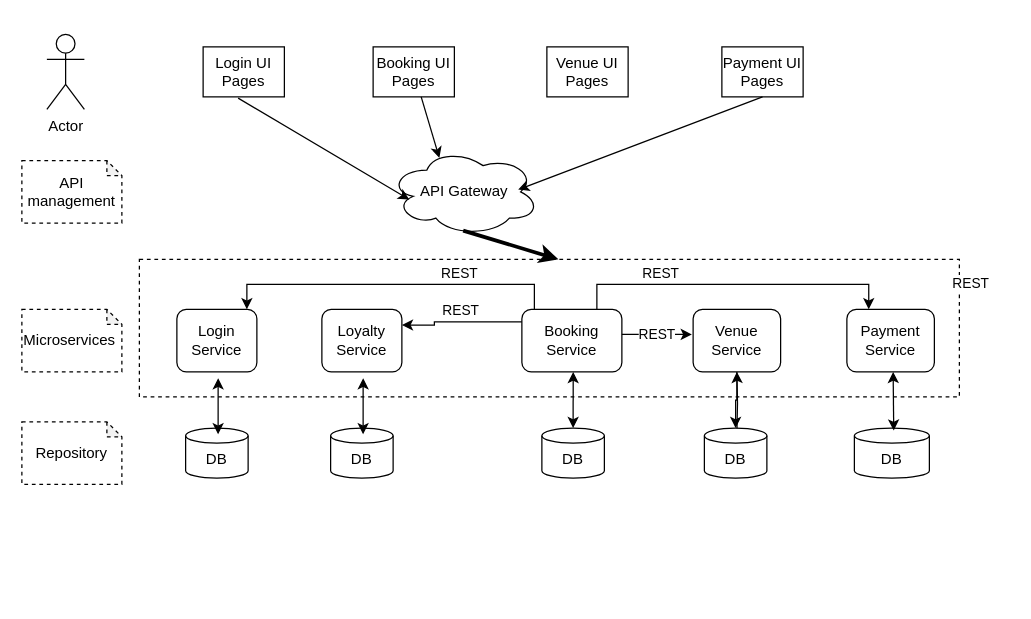
Above: HL-Archit-Diagram.drawio in gyzzhao/microservices-Job-1 (draw.io), before the change. Source tidied: cells renumbered, new cells numbered last; positions are measured from the earlier drawing's top-left corner, leaving out a move shared by most shapes. Both pictures are drawn from the tidied source at 125%, with x=0, y=0 at pixel (21, 34).
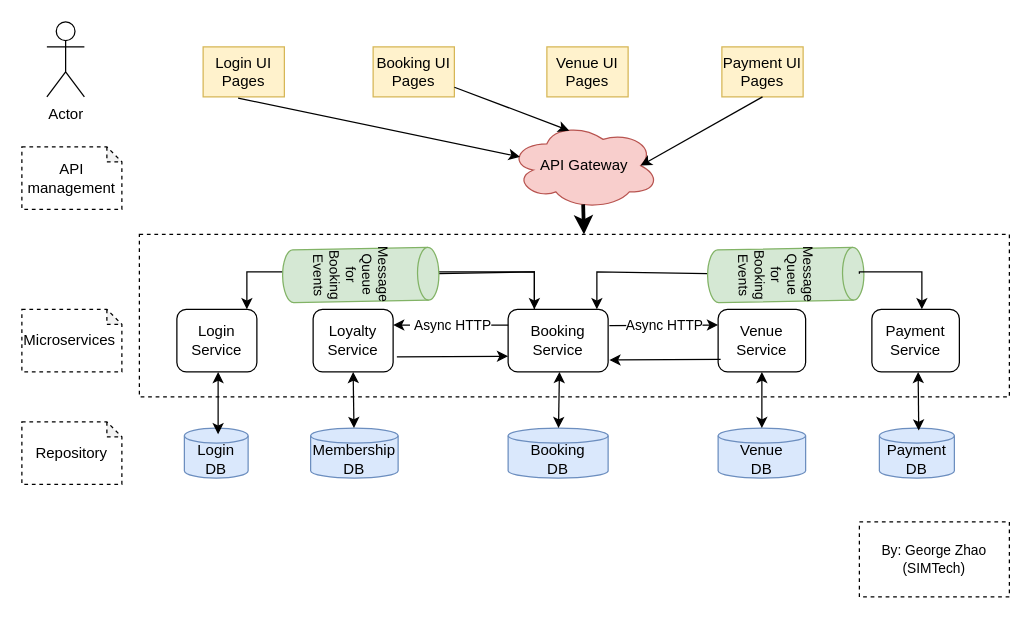
After the change.

The change refers to these unchanged cells:
```xml
<mxCell id="4" value="Login Service" style="rounded=1;whiteSpace=wrap;html=1;" parent="1" vertex="1">
  <mxGeometry x="124" y="220" width="64" height="50" as="geometry" />
</mxCell>
```

What changed in the source:
```diff
@@
     <mxCell id="2" style="rounded=0;whiteSpace=wrap;html=1;dashed=1;" parent="1" vertex="1">
-      <mxGeometry x="94" y="180" width="656" height="110" as="geometry" />
+      <mxGeometry x="94" y="160" width="696" height="130" as="geometry" />
     </mxCell>
-    <mxCell id="3" value="Login UI Pages" style="rounded=0;whiteSpace=wrap;html=1;flipH=1;" parent="1" vertex="1">
+    <mxCell id="3" value="Login UI Pages" style="rounded=0;whiteSpace=wrap;html=1;flipH=1;fillColor=#fff2cc;strokeColor=#d6b656;" parent="1" vertex="1">
       <mxGeometry x="145" y="10" width="65" height="40" as="geometry" />
     </mxCell>
@@
     <mxCell id="5" style="edgeStyle=orthogonalEdgeStyle;rounded=0;jettySize=auto;html=1;exitX=0;exitY=0.25;exitDx=0;exitDy=0;entryX=0.875;entryY=0;entryDx=0;entryDy=0;entryPerimeter=0;strokeWidth=1;" parent="1" edge="1" source="7" target="4">
       <mxGeometry relative="1" as="geometry">
         <Array as="points">
           <mxPoint x="410" y="233" />
-          <mxPoint x="410" y="200" />
-          <mxPoint x="180" y="200" />
+          <mxPoint x="410" y="190" />
+          <mxPoint x="180" y="190" />
         </Array>
       </mxGeometry>
     </mxCell>
-    <mxCell id="6" value="REST" style="edgeLabel;html=1;align=center;verticalAlign=middle;" parent="5" vertex="1">
-      <mxGeometry x="0.53" y="2" relative="1" as="geometry">
-        <mxPoint x="121" y="-12" as="offset" />
-      </mxGeometry>
-    </mxCell>
     <mxCell id="7" value="Booking Service" style="rounded=1;whiteSpace=wrap;html=1;" parent="1" vertex="1">
-      <mxGeometry x="400" y="220" width="80" height="50" as="geometry" />
+      <mxGeometry x="389" y="220" width="80" height="50" as="geometry" />
     </mxCell>
-    <mxCell id="8" style="edgeStyle=orthogonalEdgeStyle;rounded=0;jettySize=auto;html=1;" parent="1" edge="1" source="9" target="16">
-      <mxGeometry relative="1" as="geometry" />
-    </mxCell>
     <mxCell id="9" value="Venue Service" style="rounded=1;whiteSpace=wrap;html=1;" parent="1" vertex="1">
-      <mxGeometry x="537" y="220" width="70" height="50" as="geometry" />
+      <mxGeometry x="557" y="220" width="70" height="50" as="geometry" />
     </mxCell>
     <mxCell id="10" value="Payment Service" style="rounded=1;whiteSpace=wrap;html=1;" parent="1" vertex="1">
-      <mxGeometry x="660" y="220" width="70" height="50" as="geometry" />
+      <mxGeometry x="680" y="220" width="70" height="50" as="geometry" />
     </mxCell>
     <mxCell id="11" value="Actor" style="shape=umlActor;verticalLabelPosition=bottom;verticalAlign=top;html=1;" parent="1" vertex="1">
-      <mxGeometry x="20" width="30" height="60" as="geometry" />
+      <mxGeometry x="20" y="-10" width="30" height="60" as="geometry" />
     </mxCell>
-    <mxCell id="12" value="DB" style="shape=cylinder3;whiteSpace=wrap;html=1;boundedLbl=1;backgroundOutline=1;size=6;fontStyle=0;" parent="1" vertex="1">
-      <mxGeometry x="131" y="315" width="50" height="40" as="geometry" />
+    <mxCell id="12" value="Login DB" style="shape=cylinder3;whiteSpace=wrap;html=1;boundedLbl=1;backgroundOutline=1;size=6;fontStyle=0;fillColor=#dae8fc;strokeColor=#6c8ebf;" parent="1" vertex="1">
+      <mxGeometry x="130" y="315" width="51" height="40" as="geometry" />
     </mxCell>
-    <mxCell id="13" value="DB" style="shape=cylinder3;whiteSpace=wrap;html=1;boundedLbl=1;backgroundOutline=1;size=6;" parent="1" vertex="1">
-      <mxGeometry x="416" y="315" width="50" height="40" as="geometry" />
+    <mxCell id="13" value="Booking &lt;br&gt;DB" style="shape=cylinder3;whiteSpace=wrap;html=1;boundedLbl=1;backgroundOutline=1;size=6;fillColor=#dae8fc;strokeColor=#6c8ebf;" parent="1" vertex="1">
+      <mxGeometry x="389" y="315" width="80" height="40" as="geometry" />
     </mxCell>
@@
-    <mxCell id="15" style="edgeStyle=orthogonalEdgeStyle;rounded=0;jettySize=auto;html=1;" parent="1" edge="1" target="9">
-      <mxGeometry relative="1" as="geometry">
-        <mxPoint x="572" y="320" as="sourcePoint" />
-      </mxGeometry>
-    </mxCell>
-    <mxCell id="16" value="DB" style="shape=cylinder3;whiteSpace=wrap;html=1;boundedLbl=1;backgroundOutline=1;size=6;" parent="1" vertex="1">
-      <mxGeometry x="546" y="315" width="50" height="40" as="geometry" />
+    <mxCell id="16" value="Venue &lt;br&gt;DB" style="shape=cylinder3;whiteSpace=wrap;html=1;boundedLbl=1;backgroundOutline=1;size=6;fillColor=#dae8fc;strokeColor=#6c8ebf;" parent="1" vertex="1">
+      <mxGeometry x="557" y="315" width="70" height="40" as="geometry" />
     </mxCell>
-    <mxCell id="17" value="DB" style="shape=cylinder3;whiteSpace=wrap;html=1;boundedLbl=1;backgroundOutline=1;size=6;" parent="1" vertex="1">
-      <mxGeometry x="666" y="315" width="60" height="40" as="geometry" />
+    <mxCell id="17" value="Payment DB" style="shape=cylinder3;whiteSpace=wrap;html=1;boundedLbl=1;backgroundOutline=1;size=6;fillColor=#dae8fc;strokeColor=#6c8ebf;" parent="1" vertex="1">
+      <mxGeometry x="686" y="315" width="60" height="40" as="geometry" />
     </mxCell>
@@
-    <mxCell id="20" value="Venue UI Pages" style="rounded=0;whiteSpace=wrap;html=1;flipH=1;" parent="1" vertex="1">
+    <mxCell id="20" value="Venue UI Pages" style="rounded=0;whiteSpace=wrap;html=1;flipH=1;fillColor=#fff2cc;strokeColor=#d6b656;" parent="1" vertex="1">
       <mxGeometry x="420" y="10" width="65" height="40" as="geometry" />
     </mxCell>
-    <mxCell id="21" value="Booking UI Pages" style="rounded=0;whiteSpace=wrap;html=1;flipH=1;" parent="1" vertex="1">
+    <mxCell id="21" value="Booking UI Pages" style="rounded=0;whiteSpace=wrap;html=1;flipH=1;fillColor=#fff2cc;strokeColor=#d6b656;" parent="1" vertex="1">
       <mxGeometry x="281" y="10" width="65" height="40" as="geometry" />
     </mxCell>
-    <mxCell id="22" value="Payment UI Pages" style="rounded=0;whiteSpace=wrap;html=1;flipH=1;" parent="1" vertex="1">
+    <mxCell id="22" value="Payment UI Pages" style="rounded=0;whiteSpace=wrap;html=1;flipH=1;fillColor=#fff2cc;strokeColor=#d6b656;" parent="1" vertex="1">
       <mxGeometry x="560" y="10" width="65" height="40" as="geometry" />
     </mxCell>
-    <mxCell id="23" style="endArrow=classic;startArrow=classic;html=1;rounded=0;entryX=0.516;entryY=1.1;entryDx=0;entryDy=0;entryPerimeter=0;" parent="1" edge="1" target="4">
+    <mxCell id="23" style="endArrow=classic;startArrow=classic;html=1;rounded=0;" parent="1" edge="1">
       <mxGeometry relative="1" as="geometry">
         <mxPoint x="157" y="320" as="sourcePoint" />
+        <mxPoint x="157" y="270" as="targetPoint" />
       </mxGeometry>
     </mxCell>
     <mxCell id="24" style="endArrow=classic;startArrow=classic;html=1;rounded=0;entryX=0.525;entryY=0.05;entryDx=0;entryDy=0;entryPerimeter=0;" parent="1" edge="1" target="17">
       <mxGeometry relative="1" as="geometry">
-        <mxPoint x="697" y="270" as="sourcePoint" />
+        <mxPoint x="717" y="270" as="sourcePoint" />
       </mxGeometry>
     </mxCell>
-    <mxCell id="25" value="API Gateway" style="ellipse;shape=cloud;whiteSpace=wrap;html=1;" parent="1" vertex="1">
-      <mxGeometry x="294" y="91" width="120" height="70" as="geometry" />
+    <mxCell id="25" value="API Gateway" style="ellipse;shape=cloud;whiteSpace=wrap;html=1;fillColor=#f8cecc;strokeColor=#b85450;" parent="1" vertex="1">
+      <mxGeometry x="390" y="70" width="120" height="70" as="geometry" />
     </mxCell>
-    <mxCell id="26" style="endArrow=classic;html=1;rounded=0;exitX=0.569;exitY=1.025;exitDx=0;exitDy=0;exitPerimeter=0;entryX=0.158;entryY=0.588;entryDx=0;entryDy=0;entryPerimeter=0;" parent="1" edge="1" source="3">
-      <mxGeometry relative="1" as="geometry">
-        <mxPoint x="310" y="132.2" as="targetPoint" />
-      </mxGeometry>
+    <mxCell id="26" style="endArrow=classic;html=1;rounded=0;exitX=0.569;exitY=1.025;exitDx=0;exitDy=0;exitPerimeter=0;entryX=0.07;entryY=0.4;entryDx=0;entryDy=0;entryPerimeter=0;" parent="1" edge="1" source="3" target="25">
+      <mxGeometry relative="1" as="geometry" />
     </mxCell>
-    <mxCell id="27" style="endArrow=classic;html=1;rounded=0;entryX=0.358;entryY=0.113;entryDx=0;entryDy=0;entryPerimeter=0;" parent="1" edge="1" source="21">
-      <mxGeometry relative="1" as="geometry">
-        <mxPoint x="334" y="98.9" as="targetPoint" />
-      </mxGeometry>
+    <mxCell id="27" style="endArrow=classic;html=1;rounded=0;entryX=0.4;entryY=0.1;entryDx=0;entryDy=0;entryPerimeter=0;" parent="1" edge="1" source="21" target="25">
+      <mxGeometry relative="1" as="geometry" />
     </mxCell>
-    <mxCell id="28" style="endArrow=classic;html=1;rounded=0;entryX=0.883;entryY=0.475;entryDx=0;entryDy=0;entryPerimeter=0;exitX=0.5;exitY=1;exitDx=0;exitDy=0;" parent="1" edge="1" source="22">
-      <mxGeometry relative="1" as="geometry">
-        <mxPoint x="397" y="124.2" as="targetPoint" />
-      </mxGeometry>
+    <mxCell id="28" style="endArrow=classic;html=1;rounded=0;entryX=0.875;entryY=0.5;entryDx=0;entryDy=0;entryPerimeter=0;exitX=0.5;exitY=1;exitDx=0;exitDy=0;" parent="1" edge="1" source="22" target="25">
+      <mxGeometry relative="1" as="geometry" />
     </mxCell>
@@
     <mxCell id="30" value="API management" style="shape=note;whiteSpace=wrap;html=1;backgroundOutline=1;darkOpacity=0.05;dashed=1;size=12;" parent="1" vertex="1">
-      <mxGeometry y="101" width="80" height="50" as="geometry" />
+      <mxGeometry y="90" width="80" height="50" as="geometry" />
     </mxCell>
@@
-    <mxCell id="33" value="REST" style="endArrow=classic;html=1;rounded=0;exitX=1;exitY=0.4;exitDx=0;exitDy=0;exitPerimeter=0;" parent="1" edge="1" source="7">
+    <mxCell id="33" value="Async HTTP" style="endArrow=classic;html=1;rounded=0;entryX=0;entryY=0.25;entryDx=0;entryDy=0;" parent="1" edge="1" target="9">
       <mxGeometry relative="1" as="geometry">
-        <mxPoint x="536" y="240" as="targetPoint" />
+        <mxPoint x="470" y="233" as="sourcePoint" />
       </mxGeometry>
     </mxCell>
     <mxCell id="34" value="Loyalty Service" style="rounded=1;whiteSpace=wrap;html=1;" parent="1" vertex="1">
-      <mxGeometry x="240" y="220" width="64" height="50" as="geometry" />
+      <mxGeometry x="233" y="220" width="64" height="50" as="geometry" />
     </mxCell>
-    <mxCell id="35" value="DB" style="shape=cylinder3;whiteSpace=wrap;html=1;boundedLbl=1;backgroundOutline=1;size=6;fontStyle=0;" parent="1" vertex="1">
-      <mxGeometry x="247" y="315" width="50" height="40" as="geometry" />
+    <mxCell id="35" value="Membership DB" style="shape=cylinder3;whiteSpace=wrap;html=1;boundedLbl=1;backgroundOutline=1;size=6;fontStyle=0;fillColor=#dae8fc;strokeColor=#6c8ebf;" parent="1" vertex="1">
+      <mxGeometry x="231" y="315" width="70" height="40" as="geometry" />
     </mxCell>
@@
-    <mxCell id="37" style="endArrow=classic;startArrow=classic;html=1;rounded=0;entryX=0.516;entryY=1.1;entryDx=0;entryDy=0;entryPerimeter=0;" parent="1" edge="1" target="34">
+    <mxCell id="37" style="endArrow=classic;startArrow=classic;html=1;rounded=0;" parent="1" edge="1" source="35">
       <mxGeometry relative="1" as="geometry">
-        <mxPoint x="273" y="320" as="sourcePoint" />
+        <mxPoint x="265" y="270" as="targetPoint" />
       </mxGeometry>
     </mxCell>
-    <mxCell id="38" style="edgeStyle=orthogonalEdgeStyle;rounded=0;jettySize=auto;html=1;entryX=1;entryY=0.25;entryDx=0;entryDy=0;strokeWidth=1;" parent="1" edge="1" target="34">
-      <mxGeometry relative="1" as="geometry">
-        <mxPoint x="400" y="230" as="sourcePoint" />
-        <Array as="points">
-          <mxPoint x="400" y="230" />
-          <mxPoint x="330" y="230" />
-          <mxPoint x="330" y="233" />
-        </Array>
-      </mxGeometry>
-    </mxCell>
-    <mxCell id="39" value="REST" style="edgeLabel;html=1;align=center;verticalAlign=middle;" parent="38" vertex="1">
-      <mxGeometry x="0.53" y="2" relative="1" as="geometry">
-        <mxPoint x="23" y="-14" as="offset" />
-      </mxGeometry>
-    </mxCell>
-    <mxCell id="40" style="edgeStyle=orthogonalEdgeStyle;rounded=0;jettySize=auto;html=1;exitX=0.75;exitY=0;exitDx=0;exitDy=0;entryX=0.25;entryY=0;entryDx=0;entryDy=0;strokeWidth=1;" parent="1" edge="1" source="7" target="10">
-      <mxGeometry relative="1" as="geometry">
-        <Array as="points">
-          <mxPoint x="460" y="200" />
-          <mxPoint x="678" y="200" />
-        </Array>
-      </mxGeometry>
-    </mxCell>
-    <mxCell id="41" value="REST" style="edgeLabel;html=1;align=center;verticalAlign=middle;" parent="40" vertex="1">
-      <mxGeometry x="0.53" y="2" relative="1" as="geometry">
-        <mxPoint x="121" as="offset" />
-      </mxGeometry>
-    </mxCell>
-    <mxCell id="42" value="REST" style="edgeLabel;html=1;align=center;verticalAlign=middle;" parent="40" vertex="1">
-      <mxGeometry x="-0.52" y="-2" relative="1" as="geometry">
-        <mxPoint x="8" y="-12" as="offset" />
-      </mxGeometry>
-    </mxCell>
+    <mxCell id="43" value="By: George Zhao&lt;br style=&quot;font-size: 11px;&quot;&gt;(SIMTech)" style="rounded=0;whiteSpace=wrap;html=1;dashed=1;fontSize=11;" parent="1" vertex="1">
+      <mxGeometry x="670" y="390" width="120" height="60" as="geometry" />
+    </mxCell>
+    <mxCell id="8" style="endArrow=classic;startArrow=classic;html=1;rounded=0;exitX=0.5;exitY=1;exitDx=0;exitDy=0;entryX=0.5;entryY=0;entryDx=0;entryDy=0;entryPerimeter=0;" parent="1" edge="1" source="9" target="16">
+      <mxGeometry relative="1" as="geometry" />
+    </mxCell>
+    <mxCell id="44" style="edgeStyle=orthogonalEdgeStyle;rounded=0;jettySize=auto;html=1;fontSize=11;fontColor=#CCFF99;strokeWidth=1;" parent="1" edge="1" source="45">
+      <mxGeometry relative="1" as="geometry">
+        <mxPoint x="460" y="220" as="targetPoint" />
+        <Array as="points">
+          <mxPoint x="460" y="190" />
+        </Array>
+      </mxGeometry>
+    </mxCell>
+    <mxCell id="45" value="Message Queue for Booking Events" style="shape=cylinder3;whiteSpace=wrap;boundedLbl=1;backgroundOutline=1;size=8.531952592634525;fontSize=11;rotation=89;labelBackgroundColor=none;html=1;fillColor=#d5e8d4;strokeColor=#82b366;" parent="1" vertex="1">
+      <mxGeometry x="590" y="130" width="42.2" height="125" as="geometry" />
+    </mxCell>
+    <mxCell id="46" style="edgeStyle=orthogonalEdgeStyle;rounded=0;jettySize=auto;html=1;fontSize=11;fontColor=#CCFF99;strokeWidth=1;" parent="1" edge="1" source="47">
+      <mxGeometry relative="1" as="geometry">
+        <mxPoint x="410" y="220" as="targetPoint" />
+        <Array as="points">
+          <mxPoint x="410" y="190" />
+        </Array>
+      </mxGeometry>
+    </mxCell>
+    <mxCell id="47" value="Message Queue for Booking Events" style="shape=cylinder3;whiteSpace=wrap;boundedLbl=1;backgroundOutline=1;size=8.531952592634525;fontSize=11;rotation=89;labelBackgroundColor=none;html=1;fillColor=#d5e8d4;strokeColor=#82b366;" parent="1" vertex="1">
+      <mxGeometry x="250" y="130" width="42.2" height="125" as="geometry" />
+    </mxCell>
+    <mxCell id="48" value="&amp;nbsp;Async HTTP" style="endArrow=classic;html=1;rounded=0;fontSize=11;fontColor=#000000;strokeWidth=1;entryX=1;entryY=0.25;entryDx=0;entryDy=0;exitX=0;exitY=0.25;exitDx=0;exitDy=0;" parent="1" edge="1" source="7" target="34">
+      <mxGeometry relative="1" as="geometry" />
+    </mxCell>
+    <mxCell id="49" style="endArrow=classic;html=1;rounded=0;fontSize=11;fontColor=#000000;strokeWidth=1;entryX=0;entryY=0.75;entryDx=0;entryDy=0;" parent="1" edge="1" target="7">
+      <mxGeometry relative="1" as="geometry">
+        <mxPoint x="300" y="258" as="sourcePoint" />
+      </mxGeometry>
+    </mxCell>
+    <mxCell id="50" style="edgeStyle=orthogonalEdgeStyle;rounded=0;orthogonalLoop=1;jettySize=auto;html=1;fontSize=11;fontColor=#CCFF99;strokeWidth=1;" parent="1" edge="1">
+      <mxGeometry relative="1" as="geometry">
+        <mxPoint x="670" y="191.4" as="sourcePoint" />
+        <mxPoint x="720" y="220" as="targetPoint" />
+        <Array as="points">
+          <mxPoint x="670" y="190" />
+          <mxPoint x="720" y="190" />
+          <mxPoint x="720" y="220" />
+        </Array>
+      </mxGeometry>
+    </mxCell>
+    <mxCell id="51" style="endArrow=classic;html=1;rounded=0;fontSize=11;fontColor=#000000;strokeWidth=1;entryX=0;entryY=0.75;entryDx=0;entryDy=0;" parent="1" edge="1">
+      <mxGeometry relative="1" as="geometry">
+        <mxPoint x="559" y="260" as="sourcePoint" />
+        <mxPoint x="470" y="260.5" as="targetPoint" />
+      </mxGeometry>
+    </mxCell>
```
